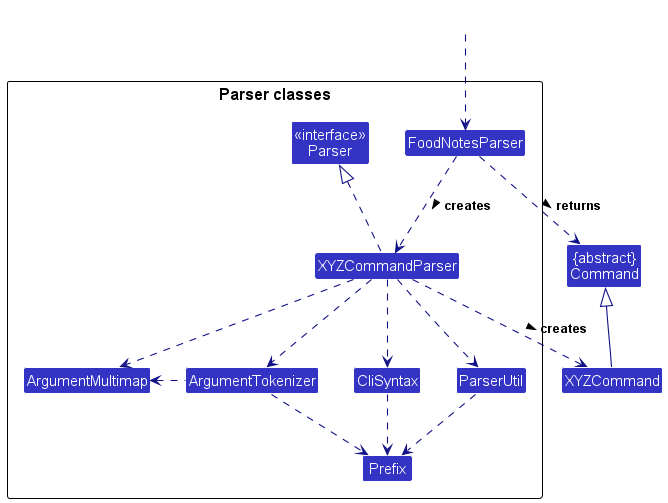
teoks0199/tp keeps this PlantUML diagram as docs/images/ParserClasses.png. Above is the earlier version.
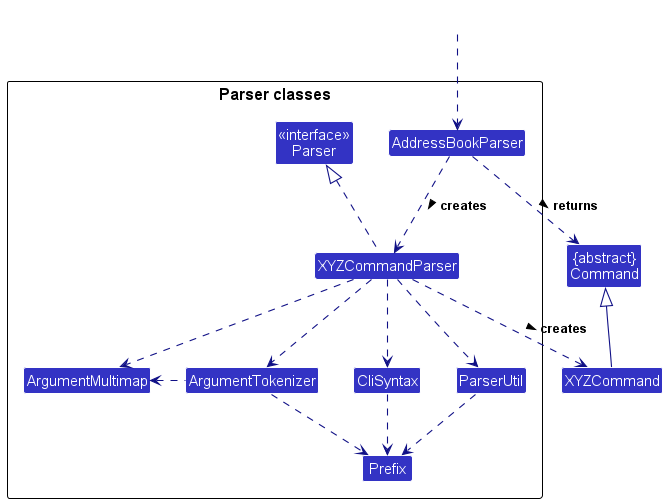
Above is the later version.

The edit, as a diff of the source:
```diff
@@ -9,7 +9,7 @@
 
 package "Parser classes"{
 Class "<<interface>>\nParser" as Parser
-Class FoodNotesParser
+Class AddressBookParser
 Class XYZCommandParser
 Class CliSyntax
 Class ParserUtil
@@ -19,12 +19,12 @@
 }
 
 Class HiddenOutside #FFFFFF
-HiddenOutside ..> FoodNotesParser
+HiddenOutside ..> AddressBookParser
 
-FoodNotesParser .down.> XYZCommandParser: creates >
+AddressBookParser .down.> XYZCommandParser: creates >
 
 XYZCommandParser ..> XYZCommand : creates >
-FoodNotesParser ..> Command : returns >
+AddressBookParser ..> Command : returns >
 XYZCommandParser .up.|> Parser
 XYZCommandParser ..> ArgumentMultimap
 XYZCommandParser ..> ArgumentTokenizer
```
